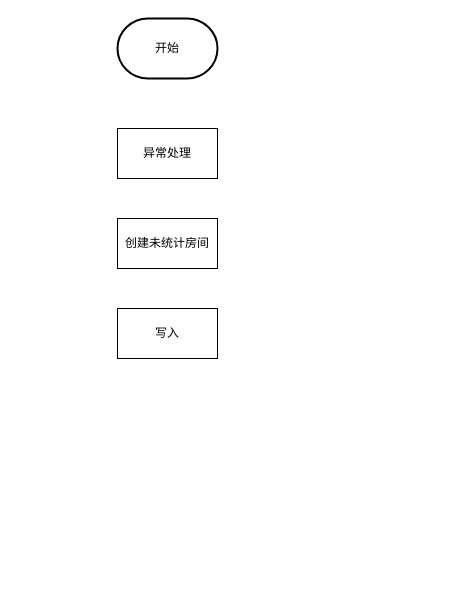
Earlier version of the draw.io diagram page "创建表格" (4 of 12) of Diagram Tanpa Judul.drawio (huangbaozhi/UML). Source tidied: cells renumbered, new cells numbered last; positions are measured from the earlier drawing's top-left corner, leaving out a move shared by most shapes. Both pictures are drawn from the tidied source at 100%, with x=0, y=0 at pixel (117, 18).
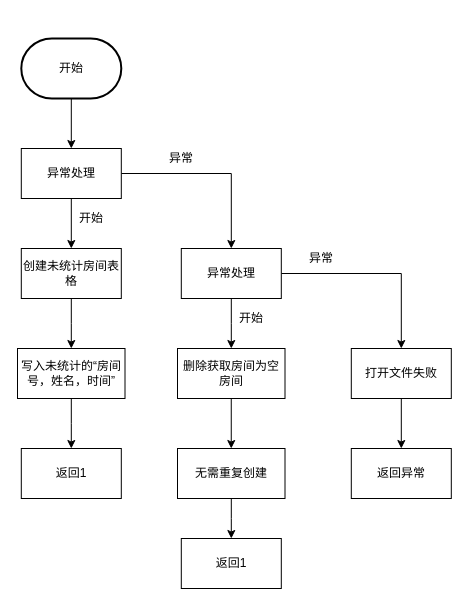
The same diagram, later.

What changed in the source:
```diff
@@
+    <mxCell id="6" style="edgeStyle=orthogonalEdgeStyle;rounded=0;jettySize=auto;html=1;" parent="1" edge="1" source="2" target="3">
+      <mxGeometry relative="1" as="geometry" />
+    </mxCell>
     <mxCell id="2" value="开始" style="strokeWidth=2;html=1;shape=mxgraph.flowchart.terminator;whiteSpace=wrap;" parent="1" vertex="1">
-      <mxGeometry width="100" height="60" as="geometry" />
+      <mxGeometry x="-96.2" y="20" width="100" height="60" as="geometry" />
     </mxCell>
+    <mxCell id="7" style="edgeStyle=orthogonalEdgeStyle;rounded=0;jettySize=auto;html=1;" parent="1" edge="1" source="3" target="4">
+      <mxGeometry relative="1" as="geometry" />
+    </mxCell>
+    <mxCell id="8" style="edgeStyle=orthogonalEdgeStyle;rounded=0;jettySize=auto;html=1;entryX=0.5;entryY=0;entryDx=0;entryDy=0;" parent="1" edge="1" source="3" target="15">
+      <mxGeometry relative="1" as="geometry" />
+    </mxCell>
     <mxCell id="3" value="异常处理" style="rounded=0;whiteSpace=wrap;html=1;" parent="1" vertex="1">
-      <mxGeometry y="110" width="100" height="50" as="geometry" />
+      <mxGeometry x="-96.2" y="130" width="100" height="50" as="geometry" />
     </mxCell>
+    <mxCell id="9" style="edgeStyle=orthogonalEdgeStyle;rounded=0;jettySize=auto;html=1;" parent="1" edge="1" source="4" target="5">
+      <mxGeometry relative="1" as="geometry" />
+    </mxCell>
-    <mxCell id="4" value="创建未统计房间" style="rounded=0;whiteSpace=wrap;html=1;" parent="1" vertex="1">
-      <mxGeometry y="200" width="100" height="50" as="geometry" />
+    <mxCell id="4" value="创建未统计房间表格" style="rounded=0;whiteSpace=wrap;html=1;" parent="1" vertex="1">
+      <mxGeometry x="-96.2" y="230" width="100" height="50" as="geometry" />
     </mxCell>
+    <mxCell id="10" style="edgeStyle=orthogonalEdgeStyle;rounded=0;jettySize=auto;html=1;" parent="1" edge="1" source="5" target="11">
+      <mxGeometry relative="1" as="geometry" />
+    </mxCell>
-    <mxCell id="5" value="写入" style="rounded=0;whiteSpace=wrap;html=1;" parent="1" vertex="1">
-      <mxGeometry y="290" width="100" height="50" as="geometry" />
+    <mxCell id="5" value="写入未统计的“房间号，姓名，时间”" style="rounded=0;whiteSpace=wrap;html=1;" parent="1" vertex="1">
+      <mxGeometry x="-100" y="330" width="107.5" height="50" as="geometry" />
     </mxCell>
+    <mxCell id="11" value="返回1" style="rounded=0;whiteSpace=wrap;html=1;" parent="1" vertex="1">
+      <mxGeometry x="-96.2" y="430" width="100" height="50" as="geometry" />
+    </mxCell>
+    <mxCell id="12" value="开始" style="text;html=1;strokeColor=none;fillColor=none;align=center;verticalAlign=middle;whiteSpace=wrap;rounded=0;" parent="1" vertex="1">
+      <mxGeometry x="-46.2" y="190" width="40" height="20" as="geometry" />
+    </mxCell>
+    <mxCell id="13" style="edgeStyle=orthogonalEdgeStyle;rounded=0;jettySize=auto;html=1;" parent="1" edge="1" source="15" target="18">
+      <mxGeometry relative="1" as="geometry" />
+    </mxCell>
+    <mxCell id="14" style="edgeStyle=orthogonalEdgeStyle;rounded=0;jettySize=auto;html=1;entryX=0.5;entryY=0;entryDx=0;entryDy=0;" parent="1" edge="1" source="15" target="24">
+      <mxGeometry relative="1" as="geometry" />
+    </mxCell>
+    <mxCell id="15" value="异常处理" style="rounded=0;whiteSpace=wrap;html=1;" parent="1" vertex="1">
+      <mxGeometry x="63.8" y="230" width="100" height="50" as="geometry" />
+    </mxCell>
+    <mxCell id="16" value="异常" style="text;html=1;strokeColor=none;fillColor=none;align=center;verticalAlign=middle;whiteSpace=wrap;rounded=0;" parent="1" vertex="1">
+      <mxGeometry x="43.8" y="130" width="40" height="20" as="geometry" />
+    </mxCell>
+    <mxCell id="17" style="edgeStyle=orthogonalEdgeStyle;rounded=0;jettySize=auto;html=1;" parent="1" edge="1" source="18" target="20">
+      <mxGeometry relative="1" as="geometry" />
+    </mxCell>
+    <mxCell id="18" value="删除获取房间为空房间" style="rounded=0;whiteSpace=wrap;html=1;" parent="1" vertex="1">
+      <mxGeometry x="60" y="330" width="107.5" height="50" as="geometry" />
+    </mxCell>
+    <mxCell id="19" style="edgeStyle=orthogonalEdgeStyle;rounded=0;jettySize=auto;html=1;" parent="1" edge="1" source="20" target="21">
+      <mxGeometry relative="1" as="geometry" />
+    </mxCell>
+    <mxCell id="20" value="无需重复创建" style="rounded=0;whiteSpace=wrap;html=1;" parent="1" vertex="1">
+      <mxGeometry x="60" y="430" width="107.5" height="50" as="geometry" />
+    </mxCell>
+    <mxCell id="21" value="返回1" style="rounded=0;whiteSpace=wrap;html=1;" parent="1" vertex="1">
+      <mxGeometry x="63.8" y="520" width="100" height="50" as="geometry" />
+    </mxCell>
+    <mxCell id="22" value="开始" style="text;html=1;strokeColor=none;fillColor=none;align=center;verticalAlign=middle;whiteSpace=wrap;rounded=0;" parent="1" vertex="1">
+      <mxGeometry x="113.8" y="290" width="40" height="20" as="geometry" />
+    </mxCell>
+    <mxCell id="23" style="edgeStyle=orthogonalEdgeStyle;rounded=0;jettySize=auto;html=1;" parent="1" edge="1" source="24" target="25">
+      <mxGeometry relative="1" as="geometry" />
+    </mxCell>
+    <mxCell id="24" value="打开文件失败" style="rounded=0;whiteSpace=wrap;html=1;" parent="1" vertex="1">
+      <mxGeometry x="233.8" y="330" width="100" height="50" as="geometry" />
+    </mxCell>
+    <mxCell id="25" value="返回异常" style="rounded=0;whiteSpace=wrap;html=1;" parent="1" vertex="1">
+      <mxGeometry x="233.8" y="430" width="100" height="50" as="geometry" />
+    </mxCell>
+    <mxCell id="26" value="异常" style="text;html=1;strokeColor=none;fillColor=none;align=center;verticalAlign=middle;whiteSpace=wrap;rounded=0;" parent="1" vertex="1">
+      <mxGeometry x="183.8" y="230" width="40" height="20" as="geometry" />
+    </mxCell>
```
